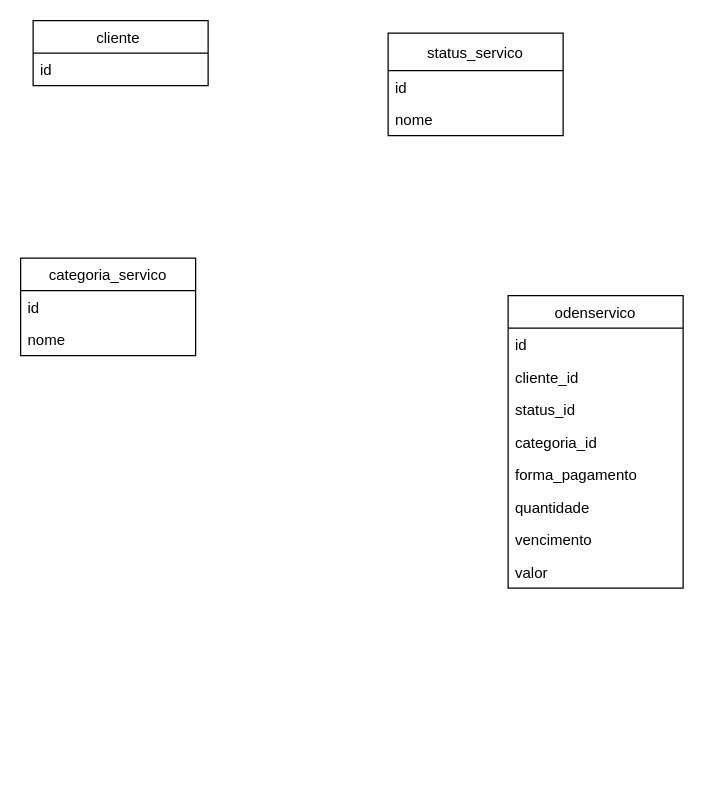
Earlier version of the draw.io diagram DiagramasDeClasses/OrdenDeServico.drawio (rodrigoDev6/SobraQuanto). Source tidied: cells renumbered, new cells numbered last; positions are measured from the earlier drawing's top-left corner, leaving out a move shared by most shapes. Both pictures are drawn from the tidied source at 125%, with x=0, y=0 at pixel (20, 20).
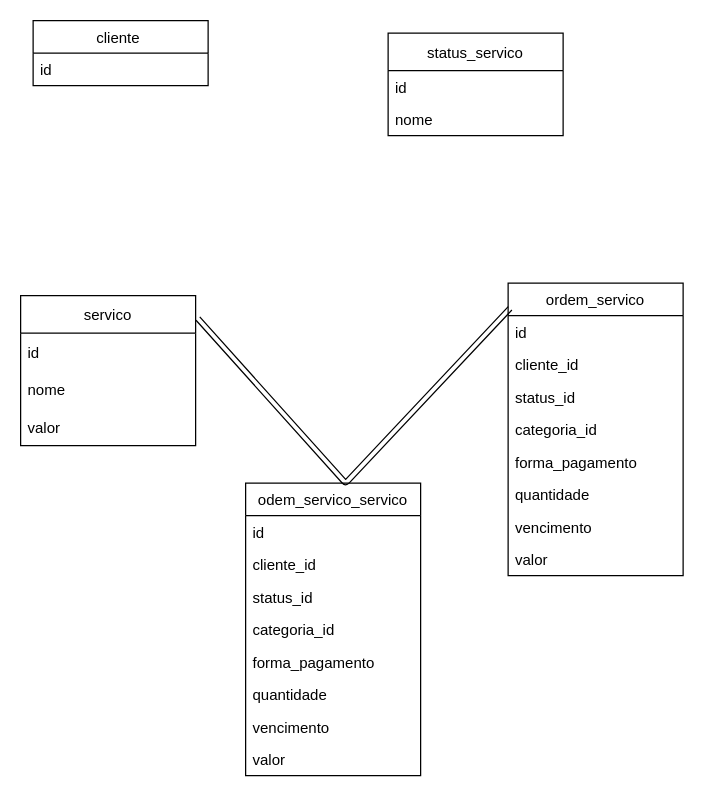
The same diagram, later.

The edit, as a diff of the source:
```diff
@@
-    <mxCell id="7" value="categoria_servico" style="swimlane;fontStyle=0;horizontal=1;startSize=26;fillColor=none;" parent="1" vertex="1">
-      <mxGeometry y="190" width="140" height="78" as="geometry" />
-    </mxCell>
-    <mxCell id="8" value="id" style="text;strokeColor=none;fillColor=none;align=left;verticalAlign=top;spacingLeft=4;spacingRight=4;overflow=hidden;" parent="7" vertex="1">
-      <mxGeometry y="26" width="140" height="26" as="geometry" />
-    </mxCell>
-    <mxCell id="9" value="nome" style="text;strokeColor=none;fillColor=none;align=left;verticalAlign=top;spacingLeft=4;spacingRight=4;overflow=hidden;" parent="7" vertex="1">
-      <mxGeometry y="52" width="140" height="26" as="geometry" />
-    </mxCell>
-    <mxCell id="10" value="odenservico" style="swimlane;fontStyle=0;horizontal=1;startSize=26;fillColor=none;" parent="1" vertex="1">
-      <mxGeometry x="390" y="220" width="140" height="234" as="geometry" />
+    <mxCell id="10" value="ordem_servico" style="swimlane;fontStyle=0;horizontal=1;startSize=26;fillColor=none;" parent="1" vertex="1">
+      <mxGeometry x="390" y="210" width="140" height="234" as="geometry" />
     </mxCell>
@@
+    <mxCell id="19" value="servico" style="swimlane;fontStyle=0;horizontal=1;startSize=30;" parent="1" vertex="1">
+      <mxGeometry y="220" width="140" height="120" as="geometry" />
+    </mxCell>
+    <mxCell id="20" value="id" style="text;strokeColor=none;fillColor=none;align=left;verticalAlign=middle;spacingLeft=4;spacingRight=4;overflow=hidden;" parent="19" vertex="1">
+      <mxGeometry y="30" width="140" height="30" as="geometry" />
+    </mxCell>
+    <mxCell id="9" value="nome" style="text;strokeColor=none;fillColor=none;align=left;verticalAlign=middle;spacingLeft=4;spacingRight=4;overflow=hidden;" parent="19" vertex="1">
+      <mxGeometry y="60" width="140" height="30" as="geometry" />
+    </mxCell>
+    <mxCell id="21" value="valor" style="text;strokeColor=none;fillColor=none;align=left;verticalAlign=middle;spacingLeft=4;spacingRight=4;overflow=hidden;" parent="19" vertex="1">
+      <mxGeometry y="90" width="140" height="30" as="geometry" />
+    </mxCell>
+    <mxCell id="22" value="odem_servico_servico" style="swimlane;fontStyle=0;horizontal=1;startSize=26;fillColor=none;" parent="1" vertex="1">
+      <mxGeometry x="180" y="370" width="140" height="234" as="geometry" />
+    </mxCell>
+    <mxCell id="8" value="id" style="text;strokeColor=none;fillColor=none;align=left;verticalAlign=top;spacingLeft=4;spacingRight=4;overflow=hidden;" parent="22" vertex="1">
+      <mxGeometry y="26" width="140" height="26" as="geometry" />
+    </mxCell>
+    <mxCell id="23" value="cliente_id" style="text;strokeColor=none;fillColor=none;align=left;verticalAlign=top;spacingLeft=4;spacingRight=4;overflow=hidden;" parent="22" vertex="1">
+      <mxGeometry y="52" width="140" height="26" as="geometry" />
+    </mxCell>
+    <mxCell id="24" value="status_id" style="text;strokeColor=none;fillColor=none;align=left;verticalAlign=top;spacingLeft=4;spacingRight=4;overflow=hidden;" parent="22" vertex="1">
+      <mxGeometry y="78" width="140" height="26" as="geometry" />
+    </mxCell>
+    <mxCell id="25" value="categoria_id" style="text;strokeColor=none;fillColor=none;align=left;verticalAlign=top;spacingLeft=4;spacingRight=4;overflow=hidden;" parent="22" vertex="1">
+      <mxGeometry y="104" width="140" height="26" as="geometry" />
+    </mxCell>
+    <mxCell id="26" value="forma_pagamento" style="text;strokeColor=none;fillColor=none;align=left;verticalAlign=top;spacingLeft=4;spacingRight=4;overflow=hidden;" parent="22" vertex="1">
+      <mxGeometry y="130" width="140" height="26" as="geometry" />
+    </mxCell>
+    <mxCell id="27" value="quantidade" style="text;strokeColor=none;fillColor=none;align=left;verticalAlign=top;spacingLeft=4;spacingRight=4;overflow=hidden;" parent="22" vertex="1">
+      <mxGeometry y="156" width="140" height="26" as="geometry" />
+    </mxCell>
+    <mxCell id="28" value="vencimento" style="text;strokeColor=none;fillColor=none;align=left;verticalAlign=top;spacingLeft=4;spacingRight=4;overflow=hidden;" parent="22" vertex="1">
+      <mxGeometry y="182" width="140" height="26" as="geometry" />
+    </mxCell>
+    <mxCell id="29" value="valor" style="text;strokeColor=none;fillColor=none;align=left;verticalAlign=top;spacingLeft=4;spacingRight=4;overflow=hidden;" parent="22" vertex="1">
+      <mxGeometry y="208" width="140" height="26" as="geometry" />
+    </mxCell>
+    <mxCell id="30" style="edgeStyle=none;html=1;exitX=1.013;exitY=0.153;exitDx=0;exitDy=0;entryX=0.011;entryY=0.086;entryDx=0;entryDy=0;entryPerimeter=0;shape=link;exitPerimeter=0;" parent="1" edge="1" source="19" target="10">
+      <mxGeometry relative="1" as="geometry">
+        <Array as="points">
+          <mxPoint x="260" y="370" />
+        </Array>
+      </mxGeometry>
+    </mxCell>
```
